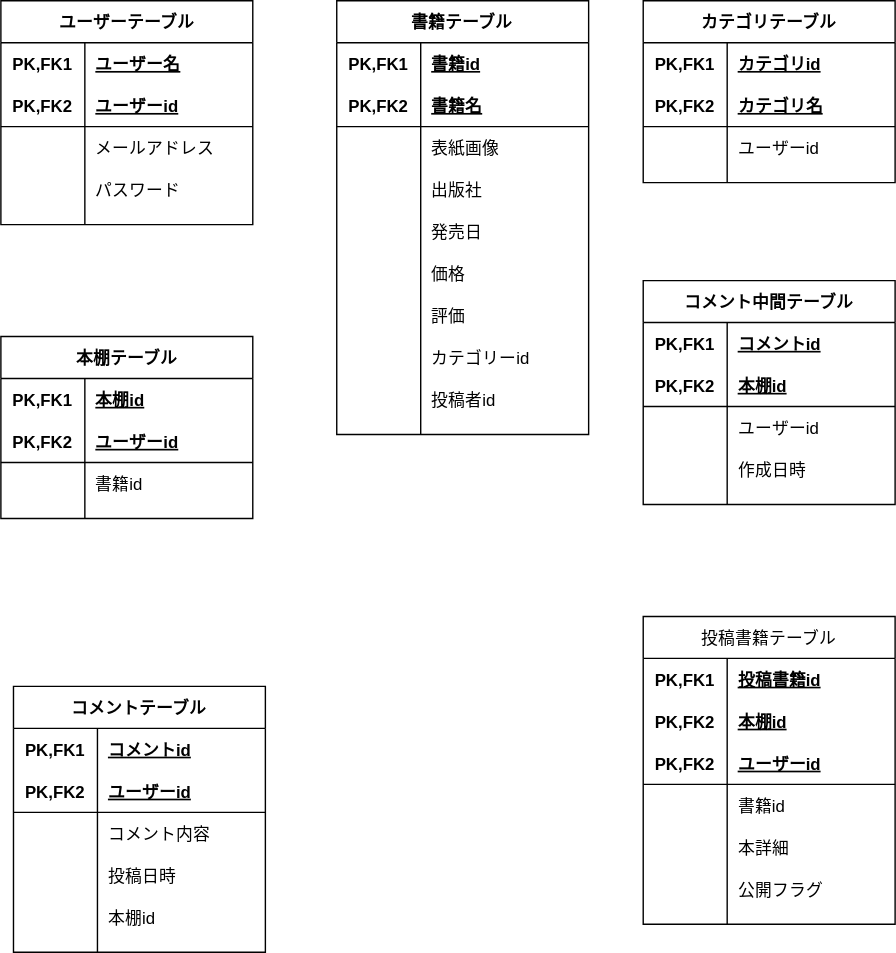
Before: ERdiagram.drawio.svg, a diagram exported from draw.io (takumi98/EngineerBookshelf). Source tidied: cells renumbered, new cells last; positions are measured from the earlier drawing's top-left corner, leaving out a move shared by most shapes.
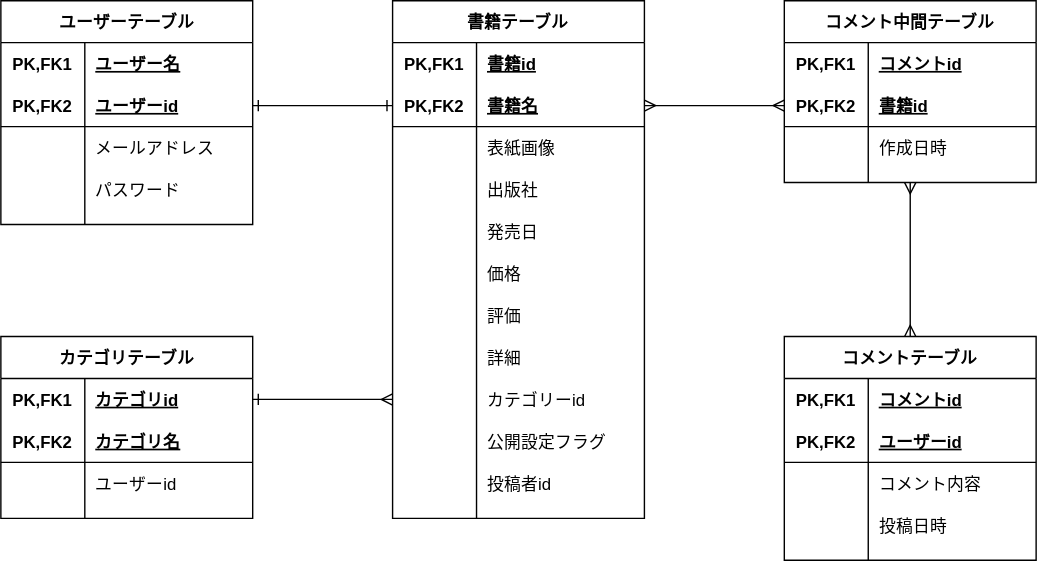
The same file after the commit.

Commit message:
[add]リレーションの追加

What changed in the source:
```diff
@@ -2,8 +2,11 @@
   <root>
     <mxCell id="0" />
     <mxCell id="1" parent="0" />
+    <mxCell id="111" style="edgeStyle=orthogonalEdgeStyle;rounded=0;jettySize=auto;html=1;entryX=0;entryY=0.5;entryDx=0;entryDy=0;endArrow=ERone;endFill=0;exitX=1;exitY=0.5;exitDx=0;exitDy=0;startArrow=ERone;startFill=0;" parent="1" edge="1" source="6" target="29">
+      <mxGeometry relative="1" as="geometry" />
+    </mxCell>
     <mxCell id="2" value="ユーザーテーブル" style="shape=table;startSize=30;rowLines=0;fontStyle=1;align=center;" parent="1" vertex="1">
-      <mxGeometry width="180" height="160" as="geometry" />
+      <mxGeometry x="-41" width="180" height="160" as="geometry" />
     </mxCell>
     <mxCell id="3" style="shape=partialRectangle;fillColor=none;top=0;left=0;bottom=0;right=0;" parent="2" vertex="1">
       <mxGeometry y="30" width="180" height="30" as="geometry" />
@@ -41,38 +44,11 @@
     <mxCell id="14" value="パスワード" style="shape=partialRectangle;fillColor=none;top=0;left=0;bottom=0;right=0;align=left;spacingLeft=6;overflow=hidden;" parent="12" vertex="1">
       <mxGeometry x="60" width="120" height="30" as="geometry" />
     </mxCell>
-    <mxCell id="15" value="本棚テーブル" style="shape=table;startSize=30;rowLines=0;fontStyle=1;align=center;" parent="1" vertex="1">
-      <mxGeometry y="240" width="180" height="130" as="geometry" />
-    </mxCell>
-    <mxCell id="16" style="shape=partialRectangle;fillColor=none;top=0;left=0;bottom=0;right=0;" parent="15" vertex="1">
-      <mxGeometry y="30" width="180" height="30" as="geometry" />
-    </mxCell>
-    <mxCell id="17" value="PK,FK1" style="shape=partialRectangle;fillColor=none;top=0;left=0;bottom=0;right=0;fontStyle=1;overflow=hidden;" parent="16" vertex="1">
-      <mxGeometry width="60" height="30" as="geometry" />
-    </mxCell>
-    <mxCell id="18" value="本棚id" style="shape=partialRectangle;fillColor=none;top=0;left=0;bottom=0;right=0;align=left;spacingLeft=6;fontStyle=5;overflow=hidden;" parent="16" vertex="1">
-      <mxGeometry x="60" width="120" height="30" as="geometry" />
-    </mxCell>
-    <mxCell id="19" style="shape=partialRectangle;fillColor=none;top=0;left=0;bottom=1;right=0;" parent="15" vertex="1">
-      <mxGeometry y="60" width="180" height="30" as="geometry" />
-    </mxCell>
-    <mxCell id="20" value="PK,FK2" style="shape=partialRectangle;fillColor=none;top=0;left=0;bottom=0;right=0;fontStyle=1;overflow=hidden;" parent="19" vertex="1">
-      <mxGeometry width="60" height="30" as="geometry" />
-    </mxCell>
-    <mxCell id="21" value="ユーザーid" style="shape=partialRectangle;fillColor=none;top=0;left=0;bottom=0;right=0;align=left;spacingLeft=6;fontStyle=5;overflow=hidden;" parent="19" vertex="1">
-      <mxGeometry x="60" width="120" height="30" as="geometry" />
-    </mxCell>
-    <mxCell id="22" style="shape=partialRectangle;fillColor=none;top=0;left=0;bottom=0;right=0;" parent="15" vertex="1">
-      <mxGeometry y="90" width="180" height="30" as="geometry" />
-    </mxCell>
-    <mxCell id="23" style="shape=partialRectangle;fillColor=none;top=0;left=0;bottom=0;right=0;overflow=hidden;" parent="22" vertex="1">
-      <mxGeometry width="60" height="30" as="geometry" />
-    </mxCell>
-    <mxCell id="24" value="書籍id" style="shape=partialRectangle;fillColor=none;top=0;left=0;bottom=0;right=0;align=left;spacingLeft=6;overflow=hidden;" parent="22" vertex="1">
-      <mxGeometry x="60" width="120" height="30" as="geometry" />
-    </mxCell>
+    <mxCell id="112" style="edgeStyle=orthogonalEdgeStyle;rounded=0;jettySize=auto;html=1;exitX=0;exitY=0.5;exitDx=0;exitDy=0;entryX=1;entryY=0.5;entryDx=0;entryDy=0;startArrow=ERmany;startFill=0;endArrow=ERone;endFill=0;" parent="1" edge="1" source="47" target="83">
+      <mxGeometry relative="1" as="geometry" />
+    </mxCell>
     <mxCell id="25" value="書籍テーブル" style="shape=table;startSize=30;rowLines=0;fontStyle=1;align=center;" parent="1" vertex="1">
-      <mxGeometry x="240" width="180" height="310" as="geometry" />
+      <mxGeometry x="239" width="180" height="370" as="geometry" />
     </mxCell>
     <mxCell id="26" style="shape=partialRectangle;fillColor=none;top=0;left=0;bottom=0;right=0;" parent="25" vertex="1">
       <mxGeometry y="30" width="180" height="30" as="geometry" />
@@ -137,8 +113,17 @@
     <mxCell id="46" value="評価" style="shape=partialRectangle;fillColor=none;top=0;left=0;bottom=0;right=0;align=left;spacingLeft=6;overflow=hidden;" parent="44" vertex="1">
       <mxGeometry x="60" width="120" height="30" as="geometry" />
     </mxCell>
+    <mxCell id="113" style="shape=partialRectangle;fillColor=none;top=0;left=0;bottom=0;right=0;" parent="25" vertex="1">
+      <mxGeometry y="240" width="180" height="30" as="geometry" />
+    </mxCell>
+    <mxCell id="114" style="shape=partialRectangle;fillColor=none;top=0;left=0;bottom=0;right=0;overflow=hidden;" parent="113" vertex="1">
+      <mxGeometry width="60" height="30" as="geometry" />
+    </mxCell>
+    <mxCell id="115" value="詳細" style="shape=partialRectangle;fillColor=none;top=0;left=0;bottom=0;right=0;align=left;spacingLeft=6;overflow=hidden;" parent="113" vertex="1">
+      <mxGeometry x="60" width="120" height="30" as="geometry" />
+    </mxCell>
     <mxCell id="47" style="shape=partialRectangle;fillColor=none;top=0;left=0;bottom=0;right=0;points=[[0,0.5],[1,0.5]];portConstraint=eastwest;" parent="25" vertex="1">
-      <mxGeometry y="240" width="180" height="30" as="geometry" />
+      <mxGeometry y="270" width="180" height="30" as="geometry" />
     </mxCell>
     <mxCell id="48" style="shape=partialRectangle;fillColor=none;top=0;left=0;bottom=0;right=0;overflow=hidden;" parent="47" vertex="1">
       <mxGeometry width="60" height="30" as="geometry" />
@@ -146,8 +131,17 @@
     <mxCell id="49" value="カテゴリーid" style="shape=partialRectangle;fillColor=none;top=0;left=0;bottom=0;right=0;align=left;spacingLeft=6;overflow=hidden;" parent="47" vertex="1">
       <mxGeometry x="60" width="120" height="30" as="geometry" />
     </mxCell>
+    <mxCell id="116" style="shape=partialRectangle;fillColor=none;top=0;left=0;bottom=0;right=0;" parent="25" vertex="1">
+      <mxGeometry y="300" width="180" height="30" as="geometry" />
+    </mxCell>
+    <mxCell id="117" style="shape=partialRectangle;fillColor=none;top=0;left=0;bottom=0;right=0;overflow=hidden;" parent="116" vertex="1">
+      <mxGeometry width="60" height="30" as="geometry" />
+    </mxCell>
+    <mxCell id="118" value="公開設定フラグ" style="shape=partialRectangle;fillColor=none;top=0;left=0;bottom=0;right=0;align=left;spacingLeft=6;overflow=hidden;" parent="116" vertex="1">
+      <mxGeometry x="60" width="120" height="30" as="geometry" />
+    </mxCell>
     <mxCell id="50" style="shape=partialRectangle;fillColor=none;top=0;left=0;bottom=0;right=0;" parent="25" vertex="1">
-      <mxGeometry y="270" width="180" height="30" as="geometry" />
+      <mxGeometry y="330" width="180" height="30" as="geometry" />
     </mxCell>
     <mxCell id="51" style="shape=partialRectangle;fillColor=none;top=0;left=0;bottom=0;right=0;overflow=hidden;" parent="50" vertex="1">
       <mxGeometry width="60" height="30" as="geometry" />
@@ -155,8 +149,11 @@
     <mxCell id="52" value="投稿者id" style="shape=partialRectangle;fillColor=none;top=0;left=0;bottom=0;right=0;align=left;spacingLeft=6;overflow=hidden;" parent="50" vertex="1">
       <mxGeometry x="60" width="120" height="30" as="geometry" />
     </mxCell>
+    <mxCell id="119" style="edgeStyle=orthogonalEdgeStyle;rounded=0;jettySize=auto;html=1;exitX=0.5;exitY=0;exitDx=0;exitDy=0;entryX=0.5;entryY=1;entryDx=0;entryDy=0;startArrow=ERmany;startFill=0;endArrow=ERmany;endFill=0;" parent="1" edge="1" source="53" target="69">
+      <mxGeometry relative="1" as="geometry" />
+    </mxCell>
     <mxCell id="53" value="コメントテーブル" style="shape=table;startSize=30;rowLines=0;fontStyle=1;align=center;" parent="1" vertex="1">
-      <mxGeometry x="9" y="490" width="180" height="190" as="geometry" />
+      <mxGeometry x="519" y="240" width="180" height="160" as="geometry" />
     </mxCell>
     <mxCell id="54" style="shape=partialRectangle;fillColor=none;top=0;left=0;bottom=0;right=0;" parent="53" vertex="1">
       <mxGeometry y="30" width="180" height="30" as="geometry" />
@@ -194,17 +191,8 @@
     <mxCell id="65" value="投稿日時" style="shape=partialRectangle;fillColor=none;top=0;left=0;bottom=0;right=0;align=left;spacingLeft=6;overflow=hidden;" parent="63" vertex="1">
       <mxGeometry x="60" width="120" height="30" as="geometry" />
     </mxCell>
-    <mxCell id="66" style="shape=partialRectangle;fillColor=none;top=0;left=0;bottom=0;right=0;" parent="53" vertex="1">
-      <mxGeometry y="150" width="180" height="30" as="geometry" />
-    </mxCell>
-    <mxCell id="67" style="shape=partialRectangle;fillColor=none;top=0;left=0;bottom=0;right=0;overflow=hidden;" parent="66" vertex="1">
-      <mxGeometry width="60" height="30" as="geometry" />
-    </mxCell>
-    <mxCell id="68" value="本棚id" style="shape=partialRectangle;fillColor=none;top=0;left=0;bottom=0;right=0;align=left;spacingLeft=6;overflow=hidden;" parent="66" vertex="1">
-      <mxGeometry x="60" width="120" height="30" as="geometry" />
-    </mxCell>
     <mxCell id="69" value="コメント中間テーブル" style="shape=table;startSize=30;rowLines=0;fontStyle=1;align=center;" parent="1" vertex="1">
-      <mxGeometry x="459" y="200" width="180" height="160" as="geometry" />
+      <mxGeometry x="519" width="180" height="130" as="geometry" />
     </mxCell>
     <mxCell id="70" style="shape=partialRectangle;fillColor=none;top=0;left=0;bottom=0;right=0;" parent="69" vertex="1">
       <mxGeometry y="30" width="180" height="30" as="geometry" />
@@ -221,20 +209,11 @@
     <mxCell id="74" value="PK,FK2" style="shape=partialRectangle;fillColor=none;top=0;left=0;bottom=0;right=0;fontStyle=1;overflow=hidden;" parent="73" vertex="1">
       <mxGeometry width="60" height="30" as="geometry" />
     </mxCell>
-    <mxCell id="75" value="本棚id" style="shape=partialRectangle;fillColor=none;top=0;left=0;bottom=0;right=0;align=left;spacingLeft=6;fontStyle=5;overflow=hidden;" parent="73" vertex="1">
+    <mxCell id="75" value="書籍id" style="shape=partialRectangle;fillColor=none;top=0;left=0;bottom=0;right=0;align=left;spacingLeft=6;fontStyle=5;overflow=hidden;" parent="73" vertex="1">
       <mxGeometry x="60" width="120" height="30" as="geometry" />
     </mxCell>
-    <mxCell id="76" style="shape=partialRectangle;fillColor=none;top=0;left=0;bottom=0;right=0;" parent="69" vertex="1">
-      <mxGeometry y="90" width="180" height="30" as="geometry" />
-    </mxCell>
-    <mxCell id="77" style="shape=partialRectangle;fillColor=none;top=0;left=0;bottom=0;right=0;overflow=hidden;" parent="76" vertex="1">
-      <mxGeometry width="60" height="30" as="geometry" />
-    </mxCell>
-    <mxCell id="78" value="ユーザーid" style="shape=partialRectangle;fillColor=none;top=0;left=0;bottom=0;right=0;align=left;spacingLeft=6;overflow=hidden;" parent="76" vertex="1">
-      <mxGeometry x="60" width="120" height="30" as="geometry" />
-    </mxCell>
     <mxCell id="79" style="shape=partialRectangle;fillColor=none;top=0;left=0;bottom=0;right=0;" parent="69" vertex="1">
-      <mxGeometry y="120" width="180" height="30" as="geometry" />
+      <mxGeometry y="90" width="180" height="30" as="geometry" />
     </mxCell>
     <mxCell id="80" style="shape=partialRectangle;fillColor=none;top=0;left=0;bottom=0;right=0;overflow=hidden;" parent="79" vertex="1">
       <mxGeometry width="60" height="30" as="geometry" />
@@ -243,7 +222,7 @@
       <mxGeometry x="60" width="120" height="30" as="geometry" />
     </mxCell>
     <mxCell id="82" value="カテゴリテーブル" style="shape=table;startSize=30;rowLines=0;fontStyle=1;align=center;" parent="1" vertex="1">
-      <mxGeometry x="459" width="180" height="130" as="geometry" />
+      <mxGeometry x="-41" y="240" width="180" height="130" as="geometry" />
     </mxCell>
     <mxCell id="83" style="shape=partialRectangle;fillColor=none;top=0;left=0;bottom=0;right=0;points=[[0,0.5],[1,0.5]];portConstraint=eastwest;" parent="82" vertex="1">
       <mxGeometry y="30" width="180" height="30" as="geometry" />
@@ -272,62 +251,8 @@
     <mxCell id="91" value="ユーザーid" style="shape=partialRectangle;fillColor=none;top=0;left=0;bottom=0;right=0;align=left;spacingLeft=6;overflow=hidden;" parent="89" vertex="1">
       <mxGeometry x="60" width="120" height="30" as="geometry" />
     </mxCell>
-    <mxCell id="92" value="投稿書籍テーブル" style="shape=table;startSize=30;rowLines=0;fontStyle=0;align=center;" parent="1" vertex="1">
-      <mxGeometry x="459" y="440" width="180" height="220" as="geometry" />
-    </mxCell>
-    <mxCell id="93" style="shape=partialRectangle;fillColor=none;top=0;left=0;bottom=0;right=0;" parent="92" vertex="1">
-      <mxGeometry y="30" width="180" height="30" as="geometry" />
-    </mxCell>
-    <mxCell id="94" value="PK,FK1" style="shape=partialRectangle;fillColor=none;top=0;left=0;bottom=0;right=0;fontStyle=1;overflow=hidden;" parent="93" vertex="1">
-      <mxGeometry width="60" height="30" as="geometry" />
-    </mxCell>
-    <mxCell id="95" value="投稿書籍id" style="shape=partialRectangle;fillColor=none;top=0;left=0;bottom=0;right=0;align=left;spacingLeft=6;fontStyle=5;overflow=hidden;" parent="93" vertex="1">
-      <mxGeometry x="60" width="120" height="30" as="geometry" />
-    </mxCell>
-    <mxCell id="96" style="shape=partialRectangle;fillColor=none;top=0;left=0;bottom=0;right=0;" parent="92" vertex="1">
-      <mxGeometry y="60" width="180" height="30" as="geometry" />
-    </mxCell>
-    <mxCell id="97" value="PK,FK2" style="shape=partialRectangle;fillColor=none;top=0;left=0;bottom=0;right=0;fontStyle=1;overflow=hidden;" parent="96" vertex="1">
-      <mxGeometry width="60" height="30" as="geometry" />
-    </mxCell>
-    <mxCell id="98" value="本棚id" style="shape=partialRectangle;fillColor=none;top=0;left=0;bottom=0;right=0;align=left;spacingLeft=6;fontStyle=5;overflow=hidden;" parent="96" vertex="1">
-      <mxGeometry x="60" width="120" height="30" as="geometry" />
-    </mxCell>
-    <mxCell id="99" style="shape=partialRectangle;fillColor=none;top=0;left=0;bottom=1;right=0;" parent="92" vertex="1">
-      <mxGeometry y="90" width="180" height="30" as="geometry" />
-    </mxCell>
-    <mxCell id="100" value="PK,FK2" style="shape=partialRectangle;fillColor=none;top=0;left=0;bottom=0;right=0;fontStyle=1;overflow=hidden;" parent="99" vertex="1">
-      <mxGeometry width="60" height="30" as="geometry" />
-    </mxCell>
-    <mxCell id="101" value="ユーザーid" style="shape=partialRectangle;fillColor=none;top=0;left=0;bottom=0;right=0;align=left;spacingLeft=6;fontStyle=5;overflow=hidden;" parent="99" vertex="1">
-      <mxGeometry x="60" width="120" height="30" as="geometry" />
-    </mxCell>
-    <mxCell id="102" style="shape=partialRectangle;fillColor=none;top=0;left=0;bottom=0;right=0;" parent="92" vertex="1">
-      <mxGeometry y="120" width="180" height="30" as="geometry" />
-    </mxCell>
-    <mxCell id="103" style="shape=partialRectangle;fillColor=none;top=0;left=0;bottom=0;right=0;overflow=hidden;" parent="102" vertex="1">
-      <mxGeometry width="60" height="30" as="geometry" />
-    </mxCell>
-    <mxCell id="104" value="書籍id" style="shape=partialRectangle;fillColor=none;top=0;left=0;bottom=0;right=0;align=left;spacingLeft=6;overflow=hidden;" parent="102" vertex="1">
-      <mxGeometry x="60" width="120" height="30" as="geometry" />
-    </mxCell>
-    <mxCell id="105" style="shape=partialRectangle;fillColor=none;top=0;left=0;bottom=0;right=0;" parent="92" vertex="1">
-      <mxGeometry y="150" width="180" height="30" as="geometry" />
-    </mxCell>
-    <mxCell id="106" style="shape=partialRectangle;fillColor=none;top=0;left=0;bottom=0;right=0;overflow=hidden;" parent="105" vertex="1">
-      <mxGeometry width="60" height="30" as="geometry" />
-    </mxCell>
-    <mxCell id="107" value="本詳細" style="shape=partialRectangle;fillColor=none;top=0;left=0;bottom=0;right=0;align=left;spacingLeft=6;overflow=hidden;" parent="105" vertex="1">
-      <mxGeometry x="60" width="120" height="30" as="geometry" />
-    </mxCell>
-    <mxCell id="108" style="shape=partialRectangle;fillColor=none;top=0;left=0;bottom=0;right=0;" parent="92" vertex="1">
-      <mxGeometry y="180" width="180" height="30" as="geometry" />
-    </mxCell>
-    <mxCell id="109" style="shape=partialRectangle;fillColor=none;top=0;left=0;bottom=0;right=0;overflow=hidden;" parent="108" vertex="1">
-      <mxGeometry width="60" height="30" as="geometry" />
-    </mxCell>
-    <mxCell id="110" value="公開フラグ" style="shape=partialRectangle;fillColor=none;top=0;left=0;bottom=0;right=0;align=left;spacingLeft=6;overflow=hidden;" parent="108" vertex="1">
-      <mxGeometry x="60" width="120" height="30" as="geometry" />
-    </mxCell>
+    <mxCell id="120" style="edgeStyle=orthogonalEdgeStyle;rounded=0;jettySize=auto;html=1;exitX=0;exitY=0.5;exitDx=0;exitDy=0;entryX=1;entryY=0.5;entryDx=0;entryDy=0;startArrow=ERmany;startFill=0;endArrow=ERmany;endFill=0;" parent="1" edge="1" source="73" target="29">
+      <mxGeometry relative="1" as="geometry" />
+    </mxCell>
   </root>
 </mxGraphModel>
```
